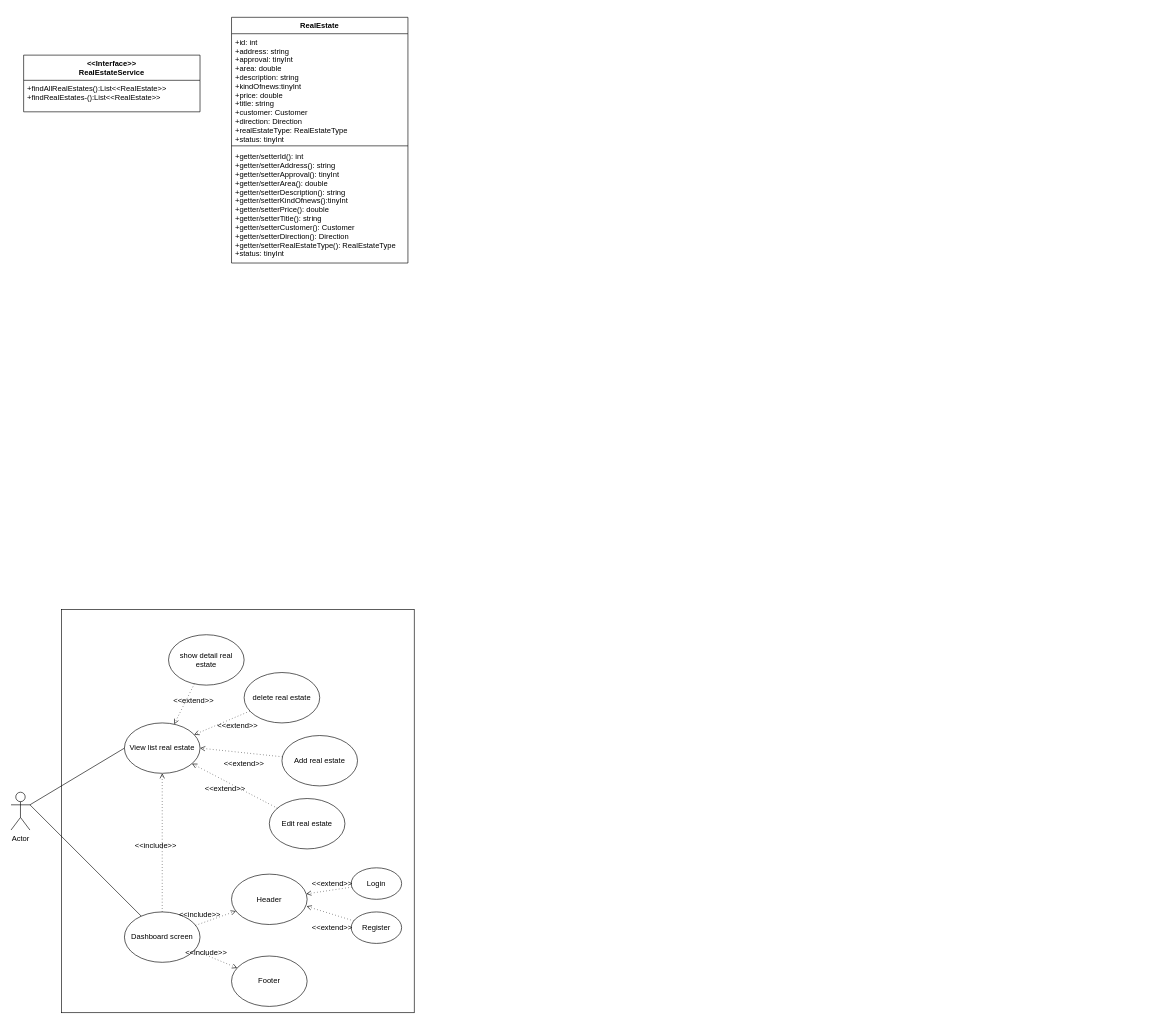
This is Other/use case/project.drawio from khaiphan101/C0721G2-Phan-Ng-c-Kh-i, a draw.io file, before an edit. Source tidied: cells renumbered, new cells numbered last; positions are measured from the earlier drawing's top-left corner, leaving out a move shared by most shapes. Both pictures are drawn from the tidied source at 63%, with x=0, y=0 at pixel (11, 17).
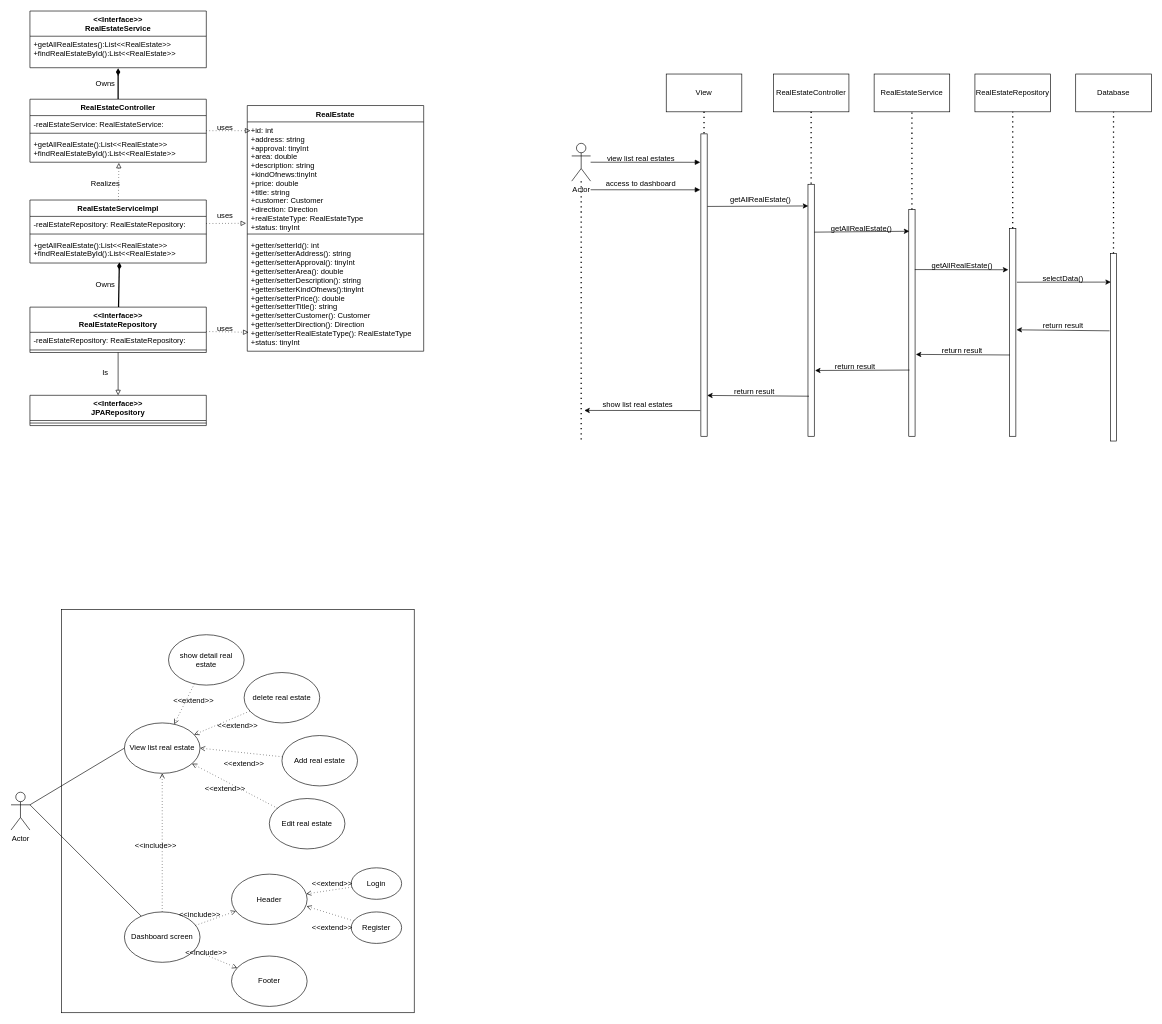
Above is the later version.

The change refers to these unchanged cells:
```xml
<mxCell id="36" value="+id: int&#10;+address: string&#10;+approval: tinyInt&#10;+area: double&#10;+description: string&#10;+kindOfnews:tinyInt&#10;+price: double&#10;+title: string&#10;+customer: Customer&#10;+direction: Direction&#10;+realEstateType: RealEstateType&#10;+status: tinyInt&#10;" style="text;strokeColor=none;fillColor=none;align=left;verticalAlign=top;spacingLeft=4;spacingRight=4;overflow=hidden;points=[[0,0.5],[1,0.5]];portConstraint=eastwest;" parent="35" vertex="1">
  <mxGeometry y="26" width="280" height="174" as="geometry" />
</mxCell>
<mxCell id="38" value="+getter/setterId(): int&#10;+getter/setterAddress(): string &#10;+getter/setterApproval(): tinyInt&#10;+getter/setterArea(): double&#10;+getter/setterDescription(): string&#10;+getter/setterKindOfnews():tinyInt&#10;+getter/setterPrice(): double&#10;+getter/setterTitle(): string&#10;+getter/setterCustomer(): Customer&#10;+getter/setterDirection(): Direction&#10;+getter/setterRealEstateType(): RealEstateType&#10;+status: tinyInt&#10;" style="text;strokeColor=none;fillColor=none;align=left;verticalAlign=top;spacingLeft=4;spacingRight=4;overflow=hidden;points=[[0,0.5],[1,0.5]];portConstraint=eastwest;" parent="35" vertex="1">
  <mxGeometry y="208" width="280" height="182" as="geometry" />
</mxCell>
```

What changed in the source:
```diff
@@
+    <mxCell id="41" style="group;" parent="1" vertex="1">
+      <mxGeometry x="30" y="-10" width="625" height="658" as="geometry" />
+    </mxCell>
-    <mxCell id="35" value="RealEstate" style="swimlane;fontStyle=1;align=center;verticalAlign=top;horizontal=1;startSize=26;" parent="1" vertex="1">
-      <mxGeometry x="350" width="280" height="390" as="geometry" />
+    <mxCell id="35" value="RealEstate" style="swimlane;fontStyle=1;align=center;verticalAlign=top;horizontal=1;startSize=26;" parent="41" vertex="1">
+      <mxGeometry x="345" y="150" width="280" height="390" as="geometry" />
     </mxCell>
@@
-    <mxCell id="39" value="&lt;&lt;Interface&gt;&gt;&#10;RealEstateService" style="swimlane;fontStyle=1;align=center;verticalAlign=top;horizontal=1;startSize=40;" parent="1" vertex="1">
-      <mxGeometry x="20" y="60" width="280" height="90" as="geometry" />
+    <mxCell id="39" value="&lt;&lt;Interface&gt;&gt;&#10;RealEstateService" style="swimlane;fontStyle=1;align=center;verticalAlign=top;horizontal=1;startSize=40;" parent="41" vertex="1">
+      <mxGeometry width="280" height="90" as="geometry" />
     </mxCell>
-    <mxCell id="40" value="+findAllRealEstates():List&lt;&lt;RealEstate&gt;&gt;&#10;+findRealEstates-():List&lt;&lt;RealEstate&gt;&gt;" style="text;strokeColor=none;fillColor=none;align=left;verticalAlign=top;spacingLeft=4;spacingRight=4;overflow=hidden;points=[[0,0.5],[1,0.5]];portConstraint=eastwest;" parent="39" vertex="1">
+    <mxCell id="40" value="+getAllRealEstates():List&lt;&lt;RealEstate&gt;&gt;&#10;+findRealEstateById():List&lt;&lt;RealEstate&gt;&gt;" style="text;strokeColor=none;fillColor=none;align=left;verticalAlign=top;spacingLeft=4;spacingRight=4;overflow=hidden;points=[[0,0.5],[1,0.5]];portConstraint=eastwest;" parent="39" vertex="1">
       <mxGeometry y="40" width="280" height="50" as="geometry" />
     </mxCell>
+    <mxCell id="42" style="edgeStyle=none;rounded=0;jettySize=auto;html=1;entryX=0.5;entryY=1.02;entryDx=0;entryDy=0;entryPerimeter=0;endArrow=diamondThin;endFill=1;strokeWidth=2;" parent="41" edge="1" source="44" target="40">
+      <mxGeometry relative="1" as="geometry" />
+    </mxCell>
+    <mxCell id="43" style="edgeStyle=none;rounded=0;jettySize=auto;html=1;entryX=0.018;entryY=0.08;entryDx=0;entryDy=0;dashed=1;dashPattern=1 4;endArrow=block;endFill=0;strokeWidth=1;entryPerimeter=0;" parent="41" edge="1" source="44" target="36">
+      <mxGeometry relative="1" as="geometry" />
+    </mxCell>
+    <mxCell id="44" value="RealEstateController" style="swimlane;fontStyle=1;align=center;verticalAlign=top;horizontal=1;startSize=26;" parent="41" vertex="1">
+      <mxGeometry y="140" width="280" height="100" as="geometry" />
+    </mxCell>
+    <mxCell id="45" value="-realEstateService: RealEstateService: " style="text;strokeColor=none;fillColor=none;align=left;verticalAlign=top;spacingLeft=4;spacingRight=4;overflow=hidden;" parent="44" vertex="1">
+      <mxGeometry y="26" width="280" height="24" as="geometry" />
+    </mxCell>
+    <mxCell id="46" style="line;strokeWidth=1;fillColor=none;align=left;verticalAlign=middle;spacingTop=-1;spacingLeft=3;spacingRight=3;labelPosition=right;" parent="44" vertex="1">
+      <mxGeometry y="50" width="280" height="8" as="geometry" />
+    </mxCell>
+    <mxCell id="47" value="+getAllRealEstate():List&lt;&lt;RealEstate&gt;&gt;&#10;+findRealEstateById():List&lt;&lt;RealEstate&gt;&gt;" style="text;strokeColor=none;fillColor=none;align=left;verticalAlign=top;spacingLeft=4;spacingRight=4;overflow=hidden;points=[[0,0.5],[1,0.5]];portConstraint=eastwest;" parent="44" vertex="1">
+      <mxGeometry y="58" width="280" height="42" as="geometry" />
+    </mxCell>
+    <mxCell id="48" style="edgeStyle=none;rounded=0;jettySize=auto;html=1;entryX=0.504;entryY=1.024;entryDx=0;entryDy=0;entryPerimeter=0;endArrow=block;endFill=0;strokeWidth=1;dashed=1;dashPattern=1 4;" parent="41" edge="1" source="49" target="47">
+      <mxGeometry relative="1" as="geometry" />
+    </mxCell>
+    <mxCell id="49" value="RealEstateServiceImpl" style="swimlane;fontStyle=1;align=center;verticalAlign=top;horizontal=1;startSize=26;" parent="41" vertex="1">
+      <mxGeometry y="300" width="280" height="100" as="geometry" />
+    </mxCell>
+    <mxCell id="50" value="-realEstateRepository: RealEstateRepository: " style="text;strokeColor=none;fillColor=none;align=left;verticalAlign=top;spacingLeft=4;spacingRight=4;overflow=hidden;points=[[0,0.5],[1,0.5]];portConstraint=eastwest;" parent="49" vertex="1">
+      <mxGeometry y="26" width="280" height="24" as="geometry" />
+    </mxCell>
+    <mxCell id="51" style="line;strokeWidth=1;fillColor=none;align=left;verticalAlign=middle;spacingTop=-1;spacingLeft=3;spacingRight=3;labelPosition=right;" parent="49" vertex="1">
+      <mxGeometry y="50" width="280" height="8" as="geometry" />
+    </mxCell>
+    <mxCell id="52" value="+getAllRealEstate():List&lt;&lt;RealEstate&gt;&gt;&#10;+findRealEstateById():List&lt;&lt;RealEstate&gt;&gt;" style="text;strokeColor=none;fillColor=none;align=left;verticalAlign=top;spacingLeft=4;spacingRight=4;overflow=hidden;points=[[0,0.5],[1,0.5]];portConstraint=eastwest;" parent="49" vertex="1">
+      <mxGeometry y="58" width="280" height="42" as="geometry" />
+    </mxCell>
+    <mxCell id="53" style="rounded=0;jettySize=auto;html=1;entryX=0.507;entryY=0.976;entryDx=0;entryDy=0;entryPerimeter=0;endArrow=diamondThin;endFill=1;strokeWidth=2;" parent="41" edge="1" source="55" target="52">
+      <mxGeometry relative="1" as="geometry" />
+    </mxCell>
+    <mxCell id="54" style="edgeStyle=none;rounded=0;jettySize=auto;html=1;dashed=1;dashPattern=1 4;endArrow=block;endFill=0;strokeWidth=1;entryX=0.007;entryY=0.835;entryDx=0;entryDy=0;entryPerimeter=0;" parent="41" edge="1" source="55" target="38">
+      <mxGeometry relative="1" as="geometry" />
+    </mxCell>
+    <mxCell id="55" value="&lt;&lt;Interface&gt;&gt;&#10;RealEstateRepository" style="swimlane;fontStyle=1;align=center;verticalAlign=top;horizontal=1;startSize=40;" parent="41" vertex="1">
+      <mxGeometry y="470" width="280" height="72" as="geometry" />
+    </mxCell>
+    <mxCell id="56" value="-realEstateRepository: RealEstateRepository: " style="text;strokeColor=none;fillColor=none;align=left;verticalAlign=top;spacingLeft=4;spacingRight=4;overflow=hidden;" parent="55" vertex="1">
+      <mxGeometry y="40" width="280" height="24" as="geometry" />
+    </mxCell>
+    <mxCell id="57" style="line;strokeWidth=1;fillColor=none;align=left;verticalAlign=middle;spacingTop=-1;spacingLeft=3;spacingRight=3;labelPosition=right;" parent="55" vertex="1">
+      <mxGeometry y="64" width="280" height="8" as="geometry" />
+    </mxCell>
+    <mxCell id="58" value="Owns" style="text;html=1;strokeColor=none;fillColor=none;align=center;verticalAlign=middle;whiteSpace=wrap;rounded=0;" parent="41" vertex="1">
+      <mxGeometry x="90" y="420" width="60" height="30" as="geometry" />
+    </mxCell>
+    <mxCell id="59" value="Realizes" style="text;html=1;strokeColor=none;fillColor=none;align=center;verticalAlign=middle;whiteSpace=wrap;rounded=0;" parent="41" vertex="1">
+      <mxGeometry x="90" y="260" width="60" height="30" as="geometry" />
+    </mxCell>
+    <mxCell id="60" value="Owns" style="text;html=1;strokeColor=none;fillColor=none;align=center;verticalAlign=middle;whiteSpace=wrap;rounded=0;" parent="41" vertex="1">
+      <mxGeometry x="90" y="100" width="60" height="30" as="geometry" />
+    </mxCell>
+    <mxCell id="61" value="uses" style="text;html=1;strokeColor=none;fillColor=none;align=center;verticalAlign=middle;whiteSpace=wrap;rounded=0;" parent="41" vertex="1">
+      <mxGeometry x="280" y="170" width="60" height="30" as="geometry" />
+    </mxCell>
+    <mxCell id="62" style="edgeStyle=none;rounded=0;jettySize=auto;html=1;entryX=-0.007;entryY=0.925;entryDx=0;entryDy=0;entryPerimeter=0;dashed=1;dashPattern=1 4;endArrow=block;endFill=0;strokeWidth=1;" parent="41" edge="1" source="50" target="36">
+      <mxGeometry relative="1" as="geometry" />
+    </mxCell>
+    <mxCell id="63" value="uses" style="text;html=1;strokeColor=none;fillColor=none;align=center;verticalAlign=middle;whiteSpace=wrap;rounded=0;" parent="41" vertex="1">
+      <mxGeometry x="280" y="310" width="60" height="30" as="geometry" />
+    </mxCell>
+    <mxCell id="64" value="uses" style="text;html=1;strokeColor=none;fillColor=none;align=center;verticalAlign=middle;whiteSpace=wrap;rounded=0;" parent="41" vertex="1">
+      <mxGeometry x="280" y="490" width="60" height="30" as="geometry" />
+    </mxCell>
+    <mxCell id="65" value="&lt;&lt;Interface&gt;&gt;&#10;JPARepository" style="swimlane;fontStyle=1;align=center;verticalAlign=top;horizontal=1;startSize=40;" parent="41" vertex="1">
+      <mxGeometry y="610" width="280" height="48" as="geometry" />
+    </mxCell>
+    <mxCell id="66" style="line;strokeWidth=1;fillColor=none;align=left;verticalAlign=middle;spacingTop=-1;spacingLeft=3;spacingRight=3;labelPosition=right;" parent="65" vertex="1">
+      <mxGeometry y="40" width="280" height="8" as="geometry" />
+    </mxCell>
+    <mxCell id="67" style="edgeStyle=none;rounded=0;jettySize=auto;html=1;endArrow=block;endFill=0;strokeWidth=1;" parent="41" edge="1" source="55" target="65">
+      <mxGeometry relative="1" as="geometry" />
+    </mxCell>
+    <mxCell id="68" value="Is" style="text;html=1;strokeColor=none;fillColor=none;align=center;verticalAlign=middle;whiteSpace=wrap;rounded=0;" parent="41" vertex="1">
+      <mxGeometry x="90" y="560" width="60" height="30" as="geometry" />
+    </mxCell>
+    <mxCell id="69" style="edgeStyle=none;rounded=0;sketch=0;jettySize=auto;html=1;entryX=0.094;entryY=1.1;entryDx=0;entryDy=0;entryPerimeter=0;shadow=0;endArrow=block;endFill=1;strokeWidth=1;" parent="1" edge="1" source="70" target="76">
+      <mxGeometry relative="1" as="geometry" />
+    </mxCell>
+    <mxCell id="70" value="Actor" style="shape=umlActor;verticalLabelPosition=bottom;verticalAlign=top;html=1;outlineConnect=0;" parent="1" vertex="1">
+      <mxGeometry x="890" y="200" width="30" height="60" as="geometry" />
+    </mxCell>
+    <mxCell id="71" value="View" style="rounded=0;whiteSpace=wrap;html=1;" parent="1" vertex="1">
+      <mxGeometry x="1040" y="90" width="120" height="60" as="geometry" />
+    </mxCell>
+    <mxCell id="72" value="RealEstateController" style="rounded=0;whiteSpace=wrap;html=1;" parent="1" vertex="1">
+      <mxGeometry x="1210" y="90" width="120" height="60" as="geometry" />
+    </mxCell>
+    <mxCell id="73" value="RealEstateService" style="rounded=0;whiteSpace=wrap;html=1;" parent="1" vertex="1">
+      <mxGeometry x="1370" y="90" width="120" height="60" as="geometry" />
+    </mxCell>
+    <mxCell id="74" value="RealEstateRepository" style="rounded=0;whiteSpace=wrap;html=1;" parent="1" vertex="1">
+      <mxGeometry x="1530" y="90" width="120" height="60" as="geometry" />
+    </mxCell>
+    <mxCell id="75" value="Database" style="rounded=0;whiteSpace=wrap;html=1;" parent="1" vertex="1">
+      <mxGeometry x="1690" y="90" width="120" height="60" as="geometry" />
+    </mxCell>
+    <mxCell id="76" style="rounded=0;whiteSpace=wrap;html=1;rotation=90;" parent="1" vertex="1">
+      <mxGeometry x="860" y="420" width="480" height="10" as="geometry" />
+    </mxCell>
+    <mxCell id="77" style="rounded=0;whiteSpace=wrap;html=1;rotation=90;" parent="1" vertex="1">
+      <mxGeometry x="1070" y="460" width="400" height="10" as="geometry" />
+    </mxCell>
+    <mxCell id="78" style="rounded=0;whiteSpace=wrap;html=1;rotation=90;" parent="1" vertex="1">
+      <mxGeometry x="1250" y="480" width="360" height="10" as="geometry" />
+    </mxCell>
+    <mxCell id="79" style="rounded=0;whiteSpace=wrap;html=1;rotation=90;" parent="1" vertex="1">
+      <mxGeometry x="1425" y="495" width="330" height="10" as="geometry" />
+    </mxCell>
+    <mxCell id="80" style="rounded=0;whiteSpace=wrap;html=1;rotation=90;" parent="1" vertex="1">
+      <mxGeometry x="1601.2" y="518.8" width="297.5" height="10" as="geometry" />
+    </mxCell>
+    <mxCell id="81" value="view list real estates" style="text;html=1;strokeColor=none;fillColor=none;align=center;verticalAlign=middle;whiteSpace=wrap;rounded=0;" parent="1" vertex="1">
+      <mxGeometry x="940" y="210" width="120" height="30" as="geometry" />
+    </mxCell>
+    <mxCell id="82" style="endArrow=classic;html=1;rounded=0;shadow=0;sketch=0;strokeWidth=1;exitX=0.24;exitY=-0.04;exitDx=0;exitDy=0;exitPerimeter=0;entryX=0.086;entryY=0.96;entryDx=0;entryDy=0;entryPerimeter=0;" parent="1" edge="1" source="76" target="77">
+      <mxGeometry relative="1" as="geometry" />
+    </mxCell>
+    <mxCell id="83" value="getAllRealEstate()" style="text;html=1;strokeColor=none;fillColor=none;align=center;verticalAlign=middle;whiteSpace=wrap;rounded=0;" parent="1" vertex="1">
+      <mxGeometry x="1160" y="274" width="60" height="30" as="geometry" />
+    </mxCell>
+    <mxCell id="84" style="endArrow=classic;html=1;rounded=0;shadow=0;sketch=0;strokeWidth=1;entryX=0.096;entryY=0.92;entryDx=0;entryDy=0;entryPerimeter=0;exitX=0.19;exitY=0;exitDx=0;exitDy=0;exitPerimeter=0;" parent="1" edge="1" source="77" target="78">
+      <mxGeometry relative="1" as="geometry" />
+    </mxCell>
+    <mxCell id="85" value="getAllRealEstate()" style="text;html=1;strokeColor=none;fillColor=none;align=center;verticalAlign=middle;whiteSpace=wrap;rounded=0;" parent="1" vertex="1">
+      <mxGeometry x="1320" y="320" width="60" height="30" as="geometry" />
+    </mxCell>
+    <mxCell id="86" value="getAllRealEstate()" style="text;html=1;strokeColor=none;fillColor=none;align=center;verticalAlign=middle;whiteSpace=wrap;rounded=0;" parent="1" vertex="1">
+      <mxGeometry x="1480" y="380" width="60" height="30" as="geometry" />
+    </mxCell>
+    <mxCell id="87" style="endArrow=classic;html=1;rounded=0;shadow=0;sketch=0;strokeWidth=1;entryX=0.199;entryY=1.2;entryDx=0;entryDy=0;entryPerimeter=0;exitX=0.265;exitY=0.04;exitDx=0;exitDy=0;exitPerimeter=0;" parent="1" edge="1" source="78" target="79">
+      <mxGeometry relative="1" as="geometry" />
+    </mxCell>
+    <mxCell id="88" style="endArrow=classic;html=1;rounded=0;shadow=0;sketch=0;strokeWidth=1;exitX=0.259;exitY=-0.16;exitDx=0;exitDy=0;exitPerimeter=0;entryX=0.152;entryY=0.92;entryDx=0;entryDy=0;entryPerimeter=0;" parent="1" edge="1" source="79" target="80">
+      <mxGeometry relative="1" as="geometry" />
+    </mxCell>
+    <mxCell id="89" value="selectData()" style="text;html=1;strokeColor=none;fillColor=none;align=center;verticalAlign=middle;whiteSpace=wrap;rounded=0;" parent="1" vertex="1">
+      <mxGeometry x="1640" y="400" width="60" height="30" as="geometry" />
+    </mxCell>
+    <mxCell id="90" style="endArrow=classic;html=1;rounded=0;shadow=0;sketch=0;strokeWidth=1;entryX=0.488;entryY=-0.1;entryDx=0;entryDy=0;entryPerimeter=0;exitX=0.412;exitY=1.12;exitDx=0;exitDy=0;exitPerimeter=0;" parent="1" edge="1" source="80" target="79">
+      <mxGeometry relative="1" as="geometry" />
+    </mxCell>
+    <mxCell id="91" value="return result" style="text;html=1;strokeColor=none;fillColor=none;align=center;verticalAlign=middle;whiteSpace=wrap;rounded=0;" parent="1" vertex="1">
+      <mxGeometry x="1620" y="475" width="100" height="30" as="geometry" />
+    </mxCell>
+    <mxCell id="92" style="endArrow=classic;html=1;rounded=0;shadow=0;sketch=0;strokeWidth=1;entryX=0.639;entryY=-0.12;entryDx=0;entryDy=0;entryPerimeter=0;exitX=0.609;exitY=0.96;exitDx=0;exitDy=0;exitPerimeter=0;" parent="1" edge="1" source="79" target="78">
+      <mxGeometry relative="1" as="geometry" />
+    </mxCell>
+    <mxCell id="93" value="return result" style="text;html=1;strokeColor=none;fillColor=none;align=center;verticalAlign=middle;whiteSpace=wrap;rounded=0;" parent="1" vertex="1">
+      <mxGeometry x="1460" y="515" width="100" height="30" as="geometry" />
+    </mxCell>
+    <mxCell id="94" style="endArrow=classic;html=1;rounded=0;shadow=0;sketch=0;strokeWidth=1;entryX=0.739;entryY=-0.12;entryDx=0;entryDy=0;entryPerimeter=0;exitX=0.708;exitY=0.88;exitDx=0;exitDy=0;exitPerimeter=0;" parent="1" edge="1" source="78" target="77">
+      <mxGeometry relative="1" as="geometry" />
+    </mxCell>
+    <mxCell id="95" value="return result" style="text;html=1;strokeColor=none;fillColor=none;align=center;verticalAlign=middle;whiteSpace=wrap;rounded=0;" parent="1" vertex="1">
+      <mxGeometry x="1290" y="540" width="100" height="30" as="geometry" />
+    </mxCell>
+    <mxCell id="96" value="return result" style="text;html=1;strokeColor=none;fillColor=none;align=center;verticalAlign=middle;whiteSpace=wrap;rounded=0;" parent="1" vertex="1">
+      <mxGeometry x="1130" y="580" width="100" height="30" as="geometry" />
+    </mxCell>
+    <mxCell id="97" style="endArrow=classic;html=1;rounded=0;shadow=0;sketch=0;strokeWidth=1;exitX=0.841;exitY=0.84;exitDx=0;exitDy=0;exitPerimeter=0;entryX=0.865;entryY=0;entryDx=0;entryDy=0;entryPerimeter=0;" parent="1" edge="1" source="77" target="76">
+      <mxGeometry relative="1" as="geometry" />
+    </mxCell>
+    <mxCell id="98" style="endArrow=none;dashed=1;html=1;dashPattern=1 3;strokeWidth=2;rounded=0;shadow=0;sketch=0;entryX=0;entryY=0.5;entryDx=0;entryDy=0;exitX=0.5;exitY=1;exitDx=0;exitDy=0;" parent="1" edge="1" source="71" target="76">
+      <mxGeometry relative="1" as="geometry" />
+    </mxCell>
+    <mxCell id="99" style="endArrow=none;dashed=1;html=1;dashPattern=1 3;strokeWidth=2;rounded=0;shadow=0;sketch=0;entryX=0;entryY=0.5;entryDx=0;entryDy=0;exitX=0.5;exitY=1;exitDx=0;exitDy=0;" parent="1" edge="1" source="72" target="77">
+      <mxGeometry relative="1" as="geometry" />
+    </mxCell>
+    <mxCell id="100" style="endArrow=none;dashed=1;html=1;dashPattern=1 3;strokeWidth=2;rounded=0;shadow=0;sketch=0;exitX=0;exitY=0.5;exitDx=0;exitDy=0;entryX=0.5;entryY=1;entryDx=0;entryDy=0;" parent="1" edge="1" source="78" target="73">
+      <mxGeometry relative="1" as="geometry" />
+    </mxCell>
+    <mxCell id="101" style="endArrow=none;dashed=1;html=1;dashPattern=1 3;strokeWidth=2;rounded=0;shadow=0;sketch=0;exitX=0;exitY=0.5;exitDx=0;exitDy=0;entryX=0.5;entryY=1;entryDx=0;entryDy=0;" parent="1" edge="1" source="79" target="74">
+      <mxGeometry relative="1" as="geometry" />
+    </mxCell>
+    <mxCell id="102" style="endArrow=none;dashed=1;html=1;dashPattern=1 3;strokeWidth=2;rounded=0;shadow=0;sketch=0;exitX=0;exitY=0.5;exitDx=0;exitDy=0;entryX=0.5;entryY=1;entryDx=0;entryDy=0;" parent="1" edge="1" source="80" target="75">
+      <mxGeometry relative="1" as="geometry" />
+    </mxCell>
+    <mxCell id="103" style="endArrow=none;dashed=1;html=1;dashPattern=1 3;strokeWidth=2;rounded=0;shadow=0;sketch=0;" parent="1" edge="1" target="70">
+      <mxGeometry relative="1" as="geometry">
+        <mxPoint x="905" y="670" as="sourcePoint" />
+      </mxGeometry>
+    </mxCell>
+    <mxCell id="104" style="endArrow=classic;html=1;rounded=0;shadow=0;sketch=0;strokeWidth=1;exitX=0.915;exitY=1.1;exitDx=0;exitDy=0;exitPerimeter=0;" parent="1" edge="1" source="76">
+      <mxGeometry relative="1" as="geometry">
+        <mxPoint x="910" y="624" as="targetPoint" />
+      </mxGeometry>
+    </mxCell>
+    <mxCell id="105" value="show list real estates" style="text;html=1;strokeColor=none;fillColor=none;align=center;verticalAlign=middle;whiteSpace=wrap;rounded=0;" parent="1" vertex="1">
+      <mxGeometry x="930" y="600" width="130" height="30" as="geometry" />
+    </mxCell>
+    <mxCell id="106" value="access to dashboard" style="text;html=1;strokeColor=none;fillColor=none;align=center;verticalAlign=middle;whiteSpace=wrap;rounded=0;" parent="1" vertex="1">
+      <mxGeometry x="940" y="250" width="120" height="30" as="geometry" />
+    </mxCell>
+    <mxCell id="107" style="edgeStyle=none;rounded=0;sketch=0;orthogonalLoop=1;jettySize=auto;html=1;entryX=0.094;entryY=1.1;entryDx=0;entryDy=0;entryPerimeter=0;shadow=0;endArrow=block;endFill=1;strokeWidth=1;" parent="1" edge="1">
+      <mxGeometry relative="1" as="geometry">
+        <mxPoint x="920" y="273.7" as="sourcePoint" />
+        <mxPoint x="1094" y="273.8" as="targetPoint" />
+      </mxGeometry>
+    </mxCell>
```
